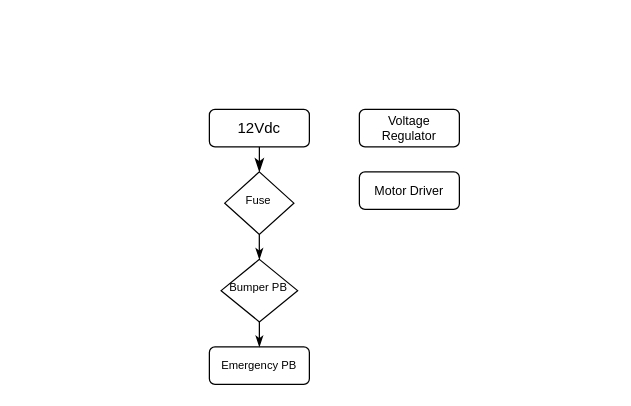
Before: Poster Block Diagram.drawio in hoang22k/Capstone_Diagram, a draw.io diagram. Source tidied: cells renumbered, new cells numbered last; positions are measured from the earlier drawing's top-left corner, leaving out a move shared by most shapes. Both pictures are drawn from the tidied source at 125%, with x=0, y=0 at pixel (209, 109). Pictures stored in the file or linked from it are replaced by grey dashed boxes.
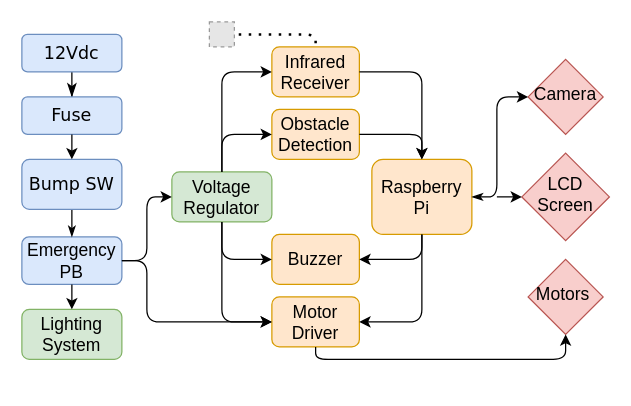
The same diagram, later.

Diff of the diagram source:
```diff
@@
-    <mxCell id="2" style="rounded=0;html=1;jettySize=auto;fontSize=11;endArrow=classicThin;endFill=1;endSize=8;strokeWidth=1;shadow=0;labelBackgroundColor=none;edgeStyle=orthogonalEdgeStyle;" parent="1" edge="1" source="3" target="4">
+    <mxCell id="2" style="rounded=0;html=1;jettySize=auto;fontSize=14;endArrow=classicThin;endFill=1;endSize=8;strokeWidth=1;shadow=0;labelBackgroundColor=none;edgeStyle=orthogonalEdgeStyle;entryX=0.5;entryY=0;entryDx=0;entryDy=0;fontStyle=0;" parent="1" edge="1" source="3" target="4">
       <mxGeometry relative="1" as="geometry" />
     </mxCell>
-    <mxCell id="3" value="12Vdc" style="rounded=1;whiteSpace=wrap;html=1;fontSize=12;glass=0;strokeWidth=1;shadow=0;" parent="1" vertex="1">
-      <mxGeometry width="80" height="30" as="geometry" />
+    <mxCell id="3" value="&lt;font style=&quot;font-size: 14px;&quot; face=&quot;Verdana&quot;&gt;12Vdc&lt;/font&gt;" style="rounded=1;whiteSpace=wrap;html=1;fontSize=14;glass=0;strokeWidth=1;shadow=0;fillColor=#dae8fc;strokeColor=#6c8ebf;fontStyle=0;" parent="1" vertex="1">
+      <mxGeometry x="-150" y="-60" width="80" height="30" as="geometry" />
     </mxCell>
+    <mxCell id="5" value="Voltage Regulator" style="rounded=1;whiteSpace=wrap;html=1;fontSize=14;glass=0;strokeWidth=1;shadow=0;fillColor=#d5e8d4;strokeColor=#82b366;fontStyle=0;" parent="1" vertex="1">
+      <mxGeometry x="-30" y="50" width="80" height="40" as="geometry" />
+    </mxCell>
+    <mxCell id="7" value="Emergency PB" style="rounded=1;whiteSpace=wrap;html=1;fontSize=14;glass=0;strokeWidth=1;shadow=0;fillColor=#dae8fc;strokeColor=#6c8ebf;fontStyle=0;" parent="1" vertex="1">
+      <mxGeometry x="-150" y="102" width="80" height="38" as="geometry" />
+    </mxCell>
+    <mxCell id="10" style="endArrow=classicThin;html=1;entryX=0.5;entryY=0;entryDx=0;entryDy=0;endFill=1;fontSize=14;exitX=0.5;exitY=1;exitDx=0;exitDy=0;fontStyle=0;" parent="1" edge="1" source="35" target="7">
+      <mxGeometry relative="1" as="geometry" />
+    </mxCell>
+    <mxCell id="11" value="Raspberry Pi" style="rounded=1;whiteSpace=wrap;html=1;fontSize=14;glass=0;strokeWidth=1;shadow=0;fillColor=#ffe6cc;strokeColor=#d79b00;fontStyle=0;" parent="1" vertex="1">
+      <mxGeometry x="130" y="40" width="80" height="60" as="geometry" />
+    </mxCell>
+    <mxCell id="12" style="fillColor=#E6E6E6;strokeColor=#999999;dashed=1;html=1;verticalAlign=top;verticalLabelPosition=bottom;labelBackgroundColor=#ffffff;fontFamily=Helvetica;fontStyle=0;fontSize=14;" parent="1" vertex="1">
+      <mxGeometry y="-70" width="20" height="20" as="geometry" />
+    </mxCell>
+    <mxCell id="13" style="edgeStyle=segmentEdgeStyle;endArrow=classic;html=1;entryX=0;entryY=0.5;entryDx=0;entryDy=0;exitX=1;exitY=0.5;exitDx=0;exitDy=0;fontSize=14;fontStyle=0;" parent="1" edge="1" source="7" target="5">
+      <mxGeometry relative="1" as="geometry">
+        <Array as="points">
+          <mxPoint x="-50" y="121" />
+          <mxPoint x="-50" y="70" />
+        </Array>
+      </mxGeometry>
+    </mxCell>
+    <mxCell id="14" value="Lighting System" style="rounded=1;whiteSpace=wrap;html=1;fontSize=14;glass=0;strokeWidth=1;shadow=0;fillColor=#d5e8d4;strokeColor=#82b366;fontStyle=0;" parent="1" vertex="1">
+      <mxGeometry x="-150" y="160" width="80" height="40" as="geometry" />
+    </mxCell>
+    <mxCell id="15" value="Motors&amp;nbsp;" style="rhombus;whiteSpace=wrap;html=1;shadow=0;fontFamily=Helvetica;fontSize=14;align=center;strokeWidth=1;spacing=6;spacingTop=-4;fillColor=#f8cecc;strokeColor=#b85450;fontStyle=0;" parent="1" vertex="1">
+      <mxGeometry x="255" y="120" width="60" height="60" as="geometry" />
+    </mxCell>
+    <mxCell id="16" style="endArrow=none;dashed=1;html=1;dashPattern=1 3;strokeWidth=2;entryX=1;entryY=0.5;entryDx=0;entryDy=0;exitX=0.5;exitY=0;exitDx=0;exitDy=0;fontSize=14;fontStyle=0;" parent="1" edge="1" source="18" target="12">
+      <mxGeometry relative="1" as="geometry">
+        <Array as="points">
+          <mxPoint x="85" y="-40" />
+          <mxPoint x="85" y="-60" />
+        </Array>
+      </mxGeometry>
+    </mxCell>
+    <mxCell id="17" value="Obstacle Detection" style="rounded=1;whiteSpace=wrap;html=1;fontSize=14;glass=0;strokeWidth=1;shadow=0;fillColor=#ffe6cc;strokeColor=#d79b00;fontStyle=0;" parent="1" vertex="1">
+      <mxGeometry x="50" width="70" height="40" as="geometry" />
+    </mxCell>
+    <mxCell id="8" value="Motor Driver" style="rounded=1;whiteSpace=wrap;html=1;fontSize=14;glass=0;strokeWidth=1;shadow=0;fillColor=#ffe6cc;strokeColor=#d79b00;fontStyle=0;" parent="1" vertex="1">
+      <mxGeometry x="50" y="150" width="70" height="40" as="geometry" />
+    </mxCell>
+    <mxCell id="18" value="Infrared Receiver" style="rounded=1;whiteSpace=wrap;html=1;fontSize=14;glass=0;strokeWidth=1;shadow=0;fillColor=#ffe6cc;strokeColor=#d79b00;fontStyle=0;" parent="1" vertex="1">
+      <mxGeometry x="50" y="-50" width="70" height="40" as="geometry" />
+    </mxCell>
+    <mxCell id="19" style="edgeStyle=segmentEdgeStyle;endArrow=classic;html=1;exitX=1;exitY=0.5;exitDx=0;exitDy=0;entryX=0;entryY=0.5;entryDx=0;entryDy=0;fontSize=14;fontStyle=0;" parent="1" edge="1" source="7" target="8">
+      <mxGeometry relative="1" as="geometry">
+        <Array as="points">
+          <mxPoint x="-50" y="121" />
+          <mxPoint x="-50" y="170" />
+        </Array>
+      </mxGeometry>
+    </mxCell>
+    <mxCell id="20" style="edgeStyle=segmentEdgeStyle;endArrow=classic;html=1;entryX=0;entryY=0.5;entryDx=0;entryDy=0;fontSize=14;fontStyle=0;" parent="1" edge="1" target="8">
+      <mxGeometry relative="1" as="geometry">
+        <mxPoint x="10" y="90" as="sourcePoint" />
+        <Array as="points">
+          <mxPoint x="10" y="170" />
+        </Array>
+      </mxGeometry>
+    </mxCell>
+    <mxCell id="21" style="edgeStyle=segmentEdgeStyle;endArrow=classic;html=1;entryX=0.5;entryY=0;entryDx=0;entryDy=0;exitX=0.5;exitY=1;exitDx=0;exitDy=0;fontSize=14;fontStyle=0;" parent="1" edge="1" source="7" target="14">
+      <mxGeometry relative="1" as="geometry">
+        <Array as="points">
+          <mxPoint x="-110" y="155" />
+          <mxPoint x="-110" y="155" />
+        </Array>
+      </mxGeometry>
+    </mxCell>
+    <mxCell id="22" value="Buzzer" style="rounded=1;whiteSpace=wrap;html=1;fontSize=14;glass=0;strokeWidth=1;shadow=0;fillColor=#ffe6cc;strokeColor=#d79b00;fontStyle=0;" parent="1" vertex="1">
+      <mxGeometry x="50" y="100" width="70" height="40" as="geometry" />
+    </mxCell>
+    <mxCell id="23" style="edgeStyle=segmentEdgeStyle;endArrow=classic;html=1;entryX=0;entryY=0.5;entryDx=0;entryDy=0;exitX=0.5;exitY=1;exitDx=0;exitDy=0;jumpStyle=gap;fontSize=14;fontStyle=0;" parent="1" edge="1" source="5" target="22">
+      <mxGeometry relative="1" as="geometry">
+        <Array as="points">
+          <mxPoint x="10" y="120" />
+        </Array>
+      </mxGeometry>
+    </mxCell>
+    <mxCell id="24" style="edgeStyle=segmentEdgeStyle;endArrow=classic;html=1;entryX=0;entryY=0.5;entryDx=0;entryDy=0;exitX=0.5;exitY=0;exitDx=0;exitDy=0;fontSize=14;fontStyle=0;" parent="1" edge="1" source="5" target="17">
+      <mxGeometry relative="1" as="geometry">
+        <Array as="points">
+          <mxPoint x="10" y="20" />
+        </Array>
+      </mxGeometry>
+    </mxCell>
+    <mxCell id="25" style="edgeStyle=segmentEdgeStyle;endArrow=classic;html=1;entryX=0;entryY=0.5;entryDx=0;entryDy=0;exitX=0.5;exitY=0;exitDx=0;exitDy=0;fontSize=14;fontStyle=0;" parent="1" edge="1" source="5" target="18">
+      <mxGeometry relative="1" as="geometry">
+        <Array as="points">
+          <mxPoint x="10" y="-30" />
+        </Array>
+      </mxGeometry>
+    </mxCell>
+    <mxCell id="26" style="edgeStyle=segmentEdgeStyle;endArrow=classic;html=1;entryX=0.5;entryY=0;entryDx=0;entryDy=0;exitX=1;exitY=0.5;exitDx=0;exitDy=0;fontSize=14;fontStyle=0;" parent="1" edge="1" source="18" target="11">
+      <mxGeometry relative="1" as="geometry">
+        <Array as="points">
+          <mxPoint x="170" y="-30" />
+        </Array>
+      </mxGeometry>
+    </mxCell>
+    <mxCell id="27" style="edgeStyle=segmentEdgeStyle;endArrow=classic;html=1;entryX=0.5;entryY=0;entryDx=0;entryDy=0;exitX=1;exitY=0.5;exitDx=0;exitDy=0;fontSize=14;fontStyle=0;" parent="1" edge="1" source="17" target="11">
+      <mxGeometry relative="1" as="geometry">
+        <Array as="points">
+          <mxPoint x="170" y="20" />
+        </Array>
+      </mxGeometry>
+    </mxCell>
+    <mxCell id="28" style="edgeStyle=segmentEdgeStyle;endArrow=classic;html=1;entryX=1;entryY=0.5;entryDx=0;entryDy=0;exitX=0.5;exitY=1;exitDx=0;exitDy=0;fontSize=14;fontStyle=0;" parent="1" edge="1" source="11" target="22">
+      <mxGeometry relative="1" as="geometry">
+        <Array as="points">
+          <mxPoint x="170" y="120" />
+        </Array>
+      </mxGeometry>
+    </mxCell>
+    <mxCell id="29" style="edgeStyle=segmentEdgeStyle;endArrow=classic;html=1;exitX=0.5;exitY=1;exitDx=0;exitDy=0;entryX=1;entryY=0.5;entryDx=0;entryDy=0;fontSize=14;fontStyle=0;" parent="1" edge="1" source="11" target="8">
+      <mxGeometry relative="1" as="geometry">
+        <Array as="points">
+          <mxPoint x="170" y="170" />
+        </Array>
+      </mxGeometry>
+    </mxCell>
+    <mxCell id="30" style="edgeStyle=segmentEdgeStyle;endArrow=classic;html=1;entryX=0.5;entryY=1;entryDx=0;entryDy=0;exitX=0.5;exitY=1;exitDx=0;exitDy=0;fontSize=14;fontStyle=0;" parent="1" edge="1" source="8" target="15">
+      <mxGeometry relative="1" as="geometry">
+        <Array as="points">
+          <mxPoint x="85" y="200" />
+          <mxPoint x="285" y="200" />
+        </Array>
+      </mxGeometry>
+    </mxCell>
+    <mxCell id="31" value="LCD Screen" style="rhombus;whiteSpace=wrap;html=1;shadow=0;fontFamily=Helvetica;fontSize=14;align=center;strokeWidth=1;spacing=6;spacingTop=-4;fillColor=#f8cecc;strokeColor=#b85450;fontStyle=0;" parent="1" vertex="1">
+      <mxGeometry x="250" y="35" width="70" height="70" as="geometry" />
+    </mxCell>
+    <mxCell id="32" value="Camera" style="rhombus;whiteSpace=wrap;html=1;shadow=0;fontFamily=Helvetica;fontSize=14;align=center;strokeWidth=1;spacing=6;spacingTop=-4;fillColor=#f8cecc;strokeColor=#b85450;fontStyle=0;" parent="1" vertex="1">
+      <mxGeometry x="255" y="-40" width="60" height="60" as="geometry" />
+    </mxCell>
+    <mxCell id="33" style="edgeStyle=segmentEdgeStyle;endArrow=classic;html=1;entryX=0;entryY=0.5;entryDx=0;entryDy=0;exitX=1;exitY=0.5;exitDx=0;exitDy=0;startArrow=classicThin;startFill=1;fontSize=14;fontStyle=0;" parent="1" edge="1" source="11" target="32">
+      <mxGeometry relative="1" as="geometry">
+        <Array as="points">
+          <mxPoint x="230" y="70" />
+          <mxPoint x="230" y="-10" />
+        </Array>
+      </mxGeometry>
+    </mxCell>
+    <mxCell id="34" style="edgeStyle=segmentEdgeStyle;endArrow=classic;html=1;entryX=0;entryY=0.5;entryDx=0;entryDy=0;fontSize=14;fontStyle=0;" parent="1" edge="1" target="31">
+      <mxGeometry relative="1" as="geometry">
+        <mxPoint x="230" y="70" as="sourcePoint" />
+        <Array as="points">
+          <mxPoint x="230" y="70" />
+          <mxPoint x="230" y="70" />
+        </Array>
+      </mxGeometry>
+    </mxCell>
-    <mxCell id="4" value="Fuse" style="rhombus;whiteSpace=wrap;html=1;shadow=0;fontFamily=Helvetica;fontSize=9;align=center;strokeWidth=1;spacing=6;spacingTop=-4;" parent="1" vertex="1">
-      <mxGeometry x="12.3" y="50" width="55.3" height="50" as="geometry" />
+    <mxCell id="4" value="&lt;font style=&quot;font-size: 14px;&quot; face=&quot;Verdana&quot;&gt;Fuse&lt;/font&gt;" style="rounded=1;whiteSpace=wrap;html=1;fontSize=14;glass=0;strokeWidth=1;shadow=0;fillColor=#dae8fc;strokeColor=#6c8ebf;fontStyle=0;" parent="1" vertex="1">
+      <mxGeometry x="-150" y="-10" width="80" height="30" as="geometry" />
     </mxCell>
-    <mxCell id="5" value="Voltage Regulator" style="rounded=1;whiteSpace=wrap;html=1;fontSize=10;glass=0;strokeWidth=1;shadow=0;" parent="1" vertex="1">
-      <mxGeometry x="120" width="80" height="30" as="geometry" />
-    </mxCell>
-    <mxCell id="6" value="&lt;font style=&quot;font-size: 9px;&quot;&gt;Bumper PB&lt;/font&gt;" style="rhombus;whiteSpace=wrap;html=1;shadow=0;fontFamily=Helvetica;fontSize=9;align=center;strokeWidth=1;spacing=6;spacingTop=-4;" parent="1" vertex="1">
-      <mxGeometry x="9.4" y="120" width="61.2" height="50" as="geometry" />
-    </mxCell>
-    <mxCell id="7" value="Emergency PB" style="rounded=1;whiteSpace=wrap;html=1;fontSize=9;glass=0;strokeWidth=1;shadow=0;" parent="1" vertex="1">
-      <mxGeometry y="190" width="80" height="30" as="geometry" />
-    </mxCell>
-    <mxCell id="8" value="Motor Driver" style="rounded=1;whiteSpace=wrap;html=1;fontSize=10;glass=0;strokeWidth=1;shadow=0;" parent="1" vertex="1">
-      <mxGeometry x="120" y="50" width="80" height="30" as="geometry" />
-    </mxCell>
-    <mxCell id="9" style="endArrow=classicThin;html=1;exitX=0.5;exitY=1;exitDx=0;exitDy=0;entryX=0.5;entryY=0;entryDx=0;entryDy=0;endFill=1;" parent="1" edge="1" source="4" target="6">
-      <mxGeometry relative="1" as="geometry" />
-    </mxCell>
-    <mxCell id="10" style="endArrow=classicThin;html=1;entryX=0.5;entryY=0;entryDx=0;entryDy=0;endFill=1;" parent="1" edge="1" target="7">
-      <mxGeometry relative="1" as="geometry">
-        <mxPoint x="40" y="170" as="sourcePoint" />
-      </mxGeometry>
-    </mxCell>
+    <mxCell id="35" value="&lt;font style=&quot;font-size: 14px;&quot; face=&quot;Verdana&quot;&gt;Bump SW&lt;/font&gt;" style="rounded=1;whiteSpace=wrap;html=1;fontSize=14;glass=0;strokeWidth=1;shadow=0;fillColor=#dae8fc;strokeColor=#6c8ebf;fontStyle=0;" parent="1" vertex="1">
+      <mxGeometry x="-150" y="40" width="80" height="40" as="geometry" />
+    </mxCell>
+    <mxCell id="36" style="endArrow=classic;html=1;fontSize=14;entryX=0.5;entryY=0;entryDx=0;entryDy=0;exitX=0.5;exitY=1;exitDx=0;exitDy=0;fontStyle=0;" parent="1" edge="1" source="4" target="35">
+      <mxGeometry relative="1" as="geometry" />
+    </mxCell>
```
